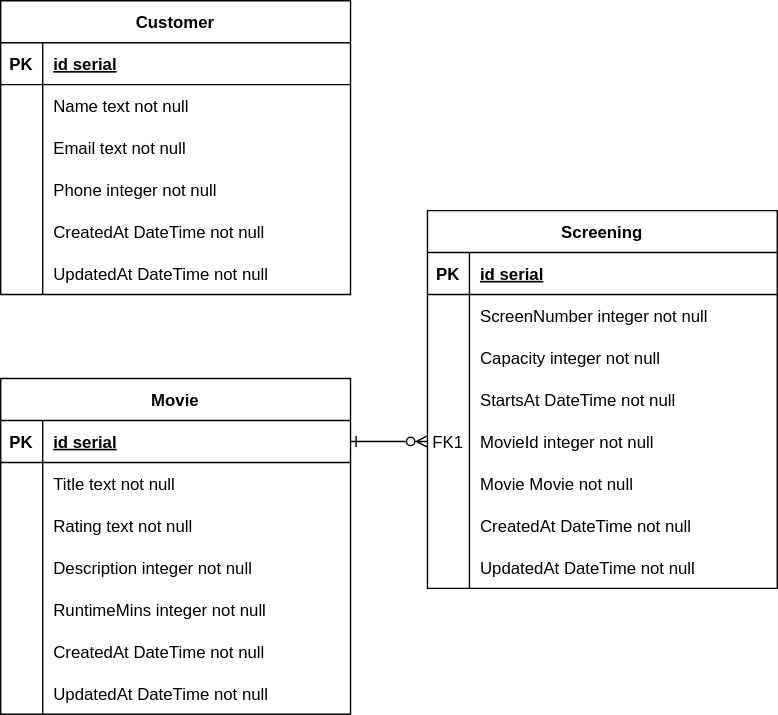
This is Cinema ERD.svg from boolean-uk/csharp-api-cinema-challenge, a draw.io export, as it was before one commit. Source tidied: cells renumbered, new cells last; positions are measured from the earlier drawing's top-left corner, leaving out a move shared by most shapes.
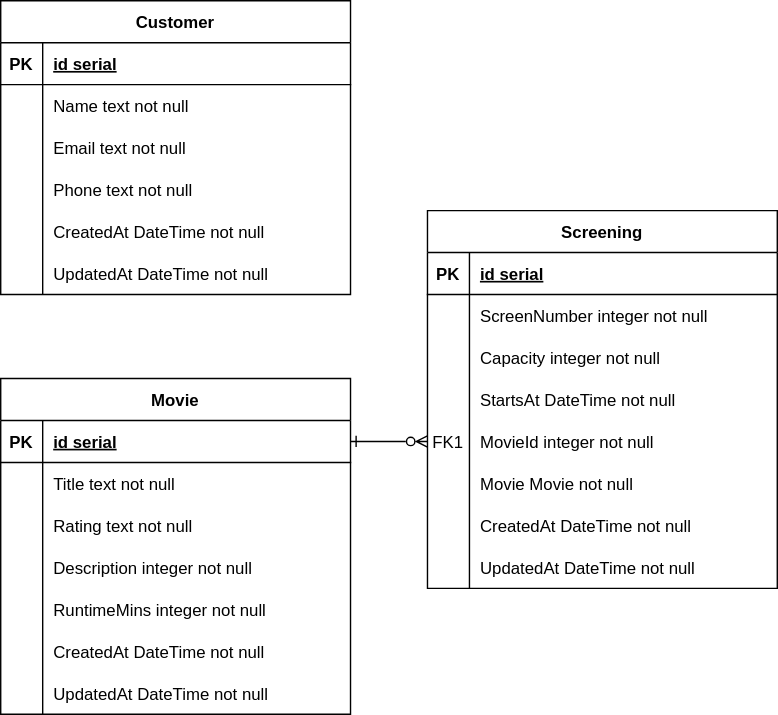
The same diagram one commit later.

What changed in the source:
```diff
@@ -38,7 +38,7 @@
     <mxCell id="13" style="shape=partialRectangle;overflow=hidden;fillColor=none;top=0;left=0;bottom=0;right=0;" parent="12" vertex="1">
       <mxGeometry width="30" height="30" as="geometry" />
     </mxCell>
-    <mxCell id="14" value="Phone integer not null" style="shape=partialRectangle;overflow=hidden;fillColor=none;top=0;left=0;bottom=0;right=0;align=left;spacingLeft=6;" parent="12" vertex="1">
+    <mxCell id="14" value="Phone text not null" style="shape=partialRectangle;overflow=hidden;fillColor=none;top=0;left=0;bottom=0;right=0;align=left;spacingLeft=6;" parent="12" vertex="1">
       <mxGeometry x="30" width="220" height="30" as="geometry" />
     </mxCell>
     <mxCell id="15" style="shape=partialRectangle;fillColor=none;top=0;left=0;right=0;bottom=0;" parent="2" vertex="1">
```
